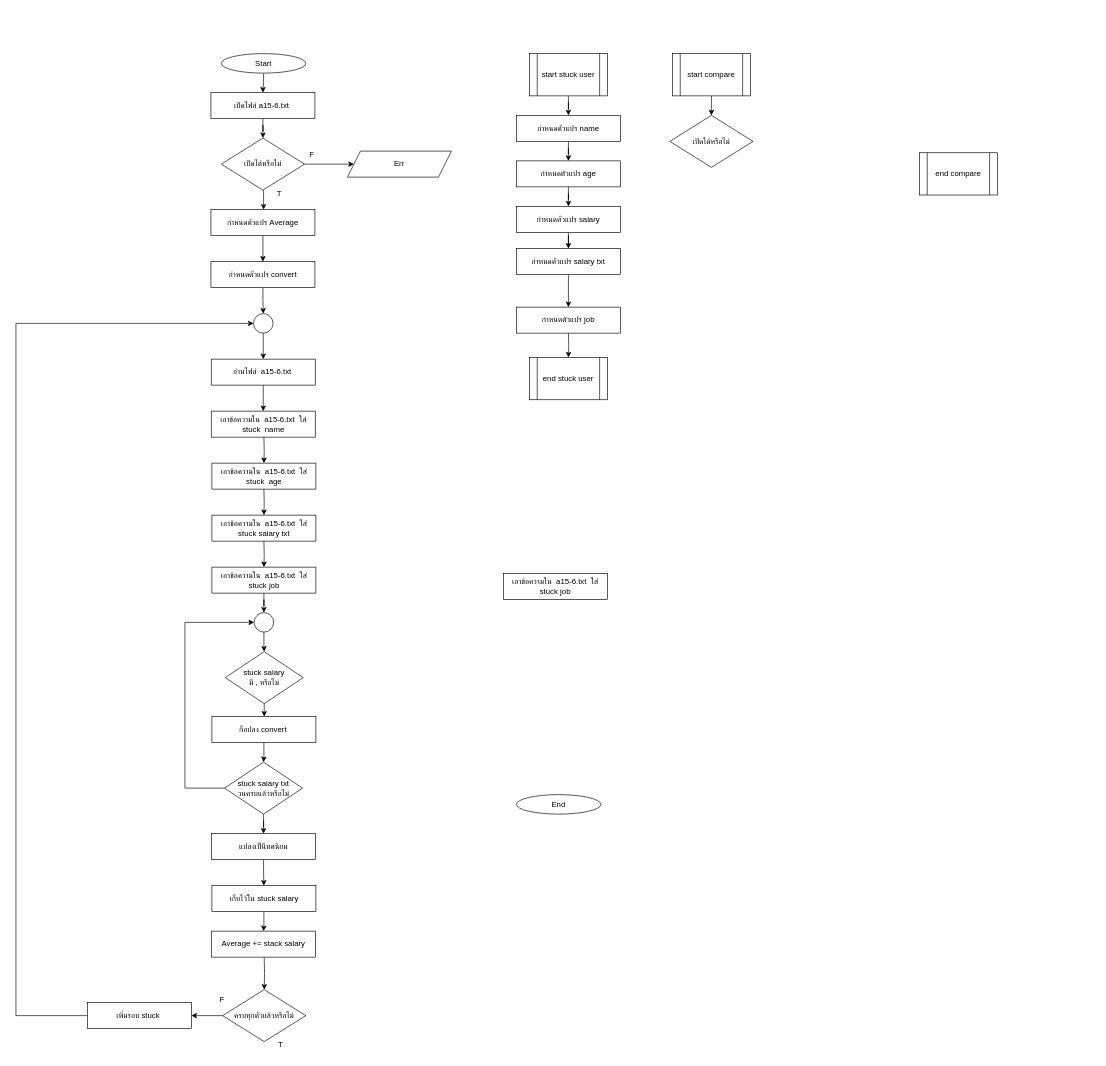
Earlier version of the draw.io diagram HW/HW15/hw15-6/hw15-6.drawio (aphiwat-window/ENGCE117). Source tidied: cells renumbered, new cells numbered last; positions are measured from the earlier drawing's top-left corner, leaving out a move shared by most shapes. Both pictures are drawn from the tidied source at 65%, with x=0, y=0 at pixel (16, 53).
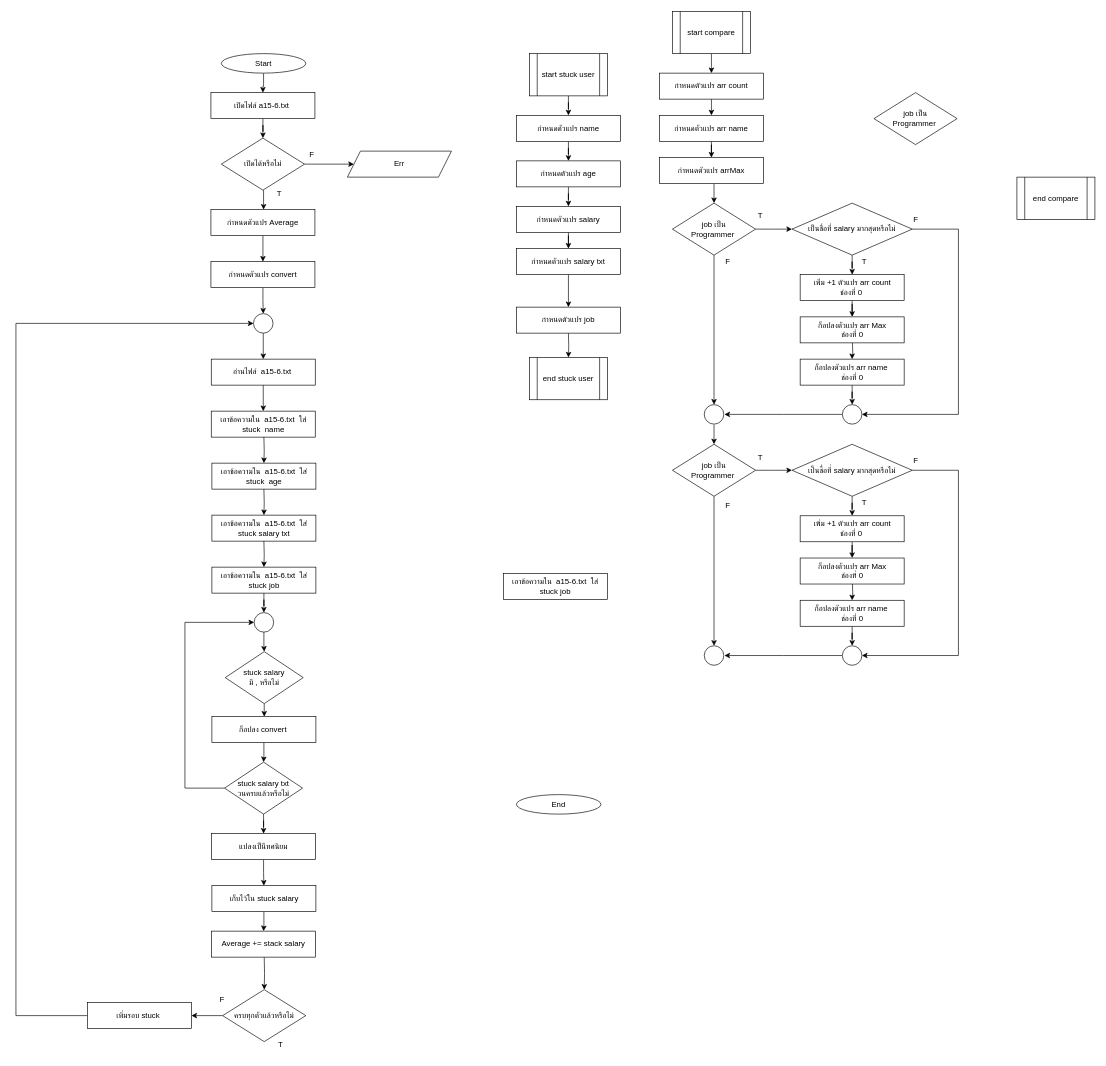
The same page after the edit.

What changed in the source:
```diff
@@
-    <mxCell id="38" style="edgeStyle=orthogonalEdgeStyle;rounded=0;jettySize=auto;html=1;" parent="1" edge="1" source="39">
+    <mxCell id="38" style="edgeStyle=orthogonalEdgeStyle;rounded=0;orthogonalLoop=1;jettySize=auto;html=1;" parent="1" edge="1">
       <mxGeometry relative="1" as="geometry">
-        <mxPoint x="1070" y="95" as="targetPoint" />
+        <mxPoint x="1074" y="200" as="sourcePoint" />
+        <mxPoint x="1074" y="230" as="targetPoint" />
       </mxGeometry>
     </mxCell>
+    <mxCell id="68" style="edgeStyle=orthogonalEdgeStyle;rounded=0;jettySize=auto;html=1;" parent="1" edge="1" source="39">
+      <mxGeometry relative="1" as="geometry">
+        <mxPoint x="1070" y="30" as="targetPoint" />
+      </mxGeometry>
+    </mxCell>
     <mxCell id="39" value="start compare" style="shape=process;whiteSpace=wrap;html=1;backgroundOutline=1;" parent="1" vertex="1">
-      <mxGeometry x="1010" width="120" height="65" as="geometry" />
+      <mxGeometry x="1010" y="-65" width="120" height="65" as="geometry" />
     </mxCell>
     <mxCell id="40" value="end compare" style="shape=process;whiteSpace=wrap;html=1;backgroundOutline=1;" parent="1" vertex="1">
-      <mxGeometry x="1390" y="152.5" width="120" height="65" as="geometry" />
+      <mxGeometry x="1540" y="190" width="120" height="65" as="geometry" />
     </mxCell>
@@
+    <mxCell id="69" style="edgeStyle=orthogonalEdgeStyle;rounded=0;jettySize=auto;html=1;" parent="1" edge="1" source="67">
+      <mxGeometry relative="1" as="geometry">
+        <mxPoint x="1194" y="270" as="targetPoint" />
+      </mxGeometry>
+    </mxCell>
+    <mxCell id="70" style="edgeStyle=orthogonalEdgeStyle;rounded=0;jettySize=auto;html=1;entryX=0.5;entryY=0;entryDx=0;entryDy=0;" parent="1" edge="1" source="67" target="81">
+      <mxGeometry relative="1" as="geometry" />
+    </mxCell>
-    <mxCell id="67" value="เปิดได้หรือไม่" style="rhombus;whiteSpace=wrap;html=1;" parent="1" vertex="1">
-      <mxGeometry x="1006" y="95" width="128" height="80" as="geometry" />
+    <mxCell id="67" value="job เป็น&lt;div&gt;Programmer&amp;nbsp;&lt;/div&gt;" style="rhombus;whiteSpace=wrap;html=1;" parent="1" vertex="1">
+      <mxGeometry x="1010" y="230" width="128" height="80" as="geometry" />
     </mxCell>
+    <mxCell id="71" value="job เป็น&lt;div&gt;Programmer&amp;nbsp;&lt;/div&gt;" style="rhombus;whiteSpace=wrap;html=1;" parent="1" vertex="1">
+      <mxGeometry x="1320" y="60" width="128" height="80" as="geometry" />
+    </mxCell>
+    <mxCell id="72" style="edgeStyle=orthogonalEdgeStyle;rounded=0;jettySize=auto;html=1;" parent="1" edge="1" source="74" target="78">
+      <mxGeometry relative="1" as="geometry" />
+    </mxCell>
+    <mxCell id="73" style="edgeStyle=orthogonalEdgeStyle;rounded=0;jettySize=auto;html=1;entryX=1;entryY=0.5;entryDx=0;entryDy=0;" parent="1" edge="1" source="74" target="88">
+      <mxGeometry relative="1" as="geometry">
+        <Array as="points">
+          <mxPoint x="1450" y="270" />
+          <mxPoint x="1450" y="555" />
+        </Array>
+      </mxGeometry>
+    </mxCell>
+    <mxCell id="74" value="เป็นชื่อที่ salary มากสุดหรือไม่" style="rhombus;whiteSpace=wrap;html=1;" parent="1" vertex="1">
+      <mxGeometry x="1194" y="230" width="185" height="80" as="geometry" />
+    </mxCell>
+    <mxCell id="75" style="edgeStyle=orthogonalEdgeStyle;rounded=0;jettySize=auto;html=1;" parent="1" edge="1" source="76" target="80">
+      <mxGeometry relative="1" as="geometry" />
+    </mxCell>
+    <mxCell id="76" value="กำหนดตัวแปร arr name" style="rounded=0;whiteSpace=wrap;html=1;" parent="1" vertex="1">
+      <mxGeometry x="990" y="95" width="160" height="40" as="geometry" />
+    </mxCell>
+    <mxCell id="77" style="edgeStyle=orthogonalEdgeStyle;rounded=0;jettySize=auto;html=1;" parent="1" edge="1" source="78" target="79">
+      <mxGeometry relative="1" as="geometry" />
+    </mxCell>
+    <mxCell id="78" value="เพิ่ม +1 ตัวแปร arr count&lt;div&gt;ช่องที่ 0&amp;nbsp;&lt;/div&gt;" style="rounded=0;whiteSpace=wrap;html=1;" parent="1" vertex="1">
+      <mxGeometry x="1206.5" y="340" width="160" height="40" as="geometry" />
+    </mxCell>
+    <mxCell id="79" value="ก็อปลงตัวแปร arr Max&lt;div&gt;ช่องที่ 0&lt;/div&gt;" style="rounded=0;whiteSpace=wrap;html=1;" parent="1" vertex="1">
+      <mxGeometry x="1206.5" y="405" width="160" height="40" as="geometry" />
+    </mxCell>
+    <mxCell id="80" value="กำหนดตัวแปร arrMax" style="rounded=0;whiteSpace=wrap;html=1;" parent="1" vertex="1">
+      <mxGeometry x="990" y="160" width="160" height="40" as="geometry" />
+    </mxCell>
+    <mxCell id="81" style="ellipse;whiteSpace=wrap;html=1;" parent="1" vertex="1">
+      <mxGeometry x="1059" y="540" width="30" height="30" as="geometry" />
+    </mxCell>
+    <mxCell id="82" style="edgeStyle=orthogonalEdgeStyle;rounded=0;jettySize=auto;html=1;" parent="1" edge="1" source="83">
+      <mxGeometry relative="1" as="geometry">
+        <mxPoint x="1070" y="95" as="targetPoint" />
+      </mxGeometry>
+    </mxCell>
+    <mxCell id="83" value="กำหนดตัวแปร arr count" style="rounded=0;whiteSpace=wrap;html=1;" parent="1" vertex="1">
+      <mxGeometry x="990" y="30" width="160" height="40" as="geometry" />
+    </mxCell>
+    <mxCell id="84" style="edgeStyle=orthogonalEdgeStyle;rounded=0;jettySize=auto;html=1;" parent="1" edge="1" target="86">
+      <mxGeometry relative="1" as="geometry">
+        <mxPoint x="1287" y="445" as="sourcePoint" />
+      </mxGeometry>
+    </mxCell>
+    <mxCell id="85" style="edgeStyle=orthogonalEdgeStyle;rounded=0;jettySize=auto;html=1;" parent="1" edge="1" source="86" target="88">
+      <mxGeometry relative="1" as="geometry" />
+    </mxCell>
+    <mxCell id="86" value="ก็อปลงตัวแปร arr name&amp;nbsp;&lt;div&gt;ช่องที่ 0&lt;/div&gt;" style="rounded=0;whiteSpace=wrap;html=1;" parent="1" vertex="1">
+      <mxGeometry x="1206.5" y="470" width="160" height="40" as="geometry" />
+    </mxCell>
+    <mxCell id="87" style="edgeStyle=orthogonalEdgeStyle;rounded=0;jettySize=auto;html=1;" parent="1" edge="1" source="88">
+      <mxGeometry relative="1" as="geometry">
+        <mxPoint x="1090" y="555" as="targetPoint" />
+      </mxGeometry>
+    </mxCell>
+    <mxCell id="88" style="ellipse;whiteSpace=wrap;html=1;" parent="1" vertex="1">
+      <mxGeometry x="1271.5" y="540" width="30" height="30" as="geometry" />
+    </mxCell>
+    <mxCell id="89" value="F" style="text;html=1;align=center;verticalAlign=middle;strokeColor=none;fillColor=none;" parent="1" vertex="1">
+      <mxGeometry x="1369" y="240" width="30" height="30" as="geometry" />
+    </mxCell>
+    <mxCell id="90" value="T" style="text;html=1;align=center;verticalAlign=middle;strokeColor=none;fillColor=none;" parent="1" vertex="1">
+      <mxGeometry x="1290" y="305" width="30" height="30" as="geometry" />
+    </mxCell>
+    <mxCell id="91" value="T" style="text;html=1;align=center;verticalAlign=middle;strokeColor=none;fillColor=none;" parent="1" vertex="1">
+      <mxGeometry x="1130" y="235" width="30" height="30" as="geometry" />
+    </mxCell>
+    <mxCell id="92" style="edgeStyle=orthogonalEdgeStyle;rounded=0;orthogonalLoop=1;jettySize=auto;html=1;" parent="1" edge="1">
+      <mxGeometry relative="1" as="geometry">
+        <mxPoint x="1074" y="571" as="sourcePoint" />
+        <mxPoint x="1074" y="601" as="targetPoint" />
+      </mxGeometry>
+    </mxCell>
+    <mxCell id="93" style="edgeStyle=orthogonalEdgeStyle;rounded=0;jettySize=auto;html=1;" parent="1" edge="1" source="95">
+      <mxGeometry relative="1" as="geometry">
+        <mxPoint x="1194" y="641" as="targetPoint" />
+      </mxGeometry>
+    </mxCell>
+    <mxCell id="94" style="edgeStyle=orthogonalEdgeStyle;rounded=0;jettySize=auto;html=1;entryX=0.5;entryY=0;entryDx=0;entryDy=0;" parent="1" edge="1" source="95" target="102">
+      <mxGeometry relative="1" as="geometry" />
+    </mxCell>
+    <mxCell id="95" value="job เป็น&lt;div&gt;Programmer&amp;nbsp;&lt;/div&gt;" style="rhombus;whiteSpace=wrap;html=1;" parent="1" vertex="1">
+      <mxGeometry x="1010" y="601" width="128" height="80" as="geometry" />
+    </mxCell>
+    <mxCell id="96" style="edgeStyle=orthogonalEdgeStyle;rounded=0;jettySize=auto;html=1;" parent="1" edge="1" source="98" target="100">
+      <mxGeometry relative="1" as="geometry" />
+    </mxCell>
+    <mxCell id="97" style="edgeStyle=orthogonalEdgeStyle;rounded=0;jettySize=auto;html=1;entryX=1;entryY=0.5;entryDx=0;entryDy=0;" parent="1" edge="1" source="98" target="107">
+      <mxGeometry relative="1" as="geometry">
+        <Array as="points">
+          <mxPoint x="1450" y="641" />
+          <mxPoint x="1450" y="926" />
+        </Array>
+      </mxGeometry>
+    </mxCell>
+    <mxCell id="98" value="เป็นชื่อที่ salary มากสุดหรือไม่" style="rhombus;whiteSpace=wrap;html=1;" parent="1" vertex="1">
+      <mxGeometry x="1194" y="601" width="185" height="80" as="geometry" />
+    </mxCell>
+    <mxCell id="99" style="edgeStyle=orthogonalEdgeStyle;rounded=0;jettySize=auto;html=1;" parent="1" edge="1" source="100" target="101">
+      <mxGeometry relative="1" as="geometry" />
+    </mxCell>
+    <mxCell id="100" value="เพิ่ม +1 ตัวแปร arr count&lt;div&gt;ช่องที่ 0&amp;nbsp;&lt;/div&gt;" style="rounded=0;whiteSpace=wrap;html=1;" parent="1" vertex="1">
+      <mxGeometry x="1206.5" y="711" width="160" height="40" as="geometry" />
+    </mxCell>
+    <mxCell id="101" value="ก็อปลงตัวแปร arr Max&lt;div&gt;ช่องที่ 0&lt;/div&gt;" style="rounded=0;whiteSpace=wrap;html=1;" parent="1" vertex="1">
+      <mxGeometry x="1206.5" y="776" width="160" height="40" as="geometry" />
+    </mxCell>
+    <mxCell id="102" style="ellipse;whiteSpace=wrap;html=1;" parent="1" vertex="1">
+      <mxGeometry x="1059" y="911" width="30" height="30" as="geometry" />
+    </mxCell>
+    <mxCell id="103" style="edgeStyle=orthogonalEdgeStyle;rounded=0;jettySize=auto;html=1;" parent="1" edge="1" target="105">
+      <mxGeometry relative="1" as="geometry">
+        <mxPoint x="1287" y="816" as="sourcePoint" />
+      </mxGeometry>
+    </mxCell>
+    <mxCell id="104" style="edgeStyle=orthogonalEdgeStyle;rounded=0;jettySize=auto;html=1;" parent="1" edge="1" source="105" target="107">
+      <mxGeometry relative="1" as="geometry" />
+    </mxCell>
+    <mxCell id="105" value="ก็อปลงตัวแปร arr name&amp;nbsp;&lt;div&gt;ช่องที่ 0&lt;/div&gt;" style="rounded=0;whiteSpace=wrap;html=1;" parent="1" vertex="1">
+      <mxGeometry x="1206.5" y="841" width="160" height="40" as="geometry" />
+    </mxCell>
+    <mxCell id="106" style="edgeStyle=orthogonalEdgeStyle;rounded=0;jettySize=auto;html=1;" parent="1" edge="1" source="107">
+      <mxGeometry relative="1" as="geometry">
+        <mxPoint x="1090" y="926" as="targetPoint" />
+      </mxGeometry>
+    </mxCell>
+    <mxCell id="107" style="ellipse;whiteSpace=wrap;html=1;" parent="1" vertex="1">
+      <mxGeometry x="1271.5" y="911" width="30" height="30" as="geometry" />
+    </mxCell>
+    <mxCell id="108" value="F" style="text;html=1;align=center;verticalAlign=middle;strokeColor=none;fillColor=none;" parent="1" vertex="1">
+      <mxGeometry x="1369" y="611" width="30" height="30" as="geometry" />
+    </mxCell>
+    <mxCell id="109" value="T" style="text;html=1;align=center;verticalAlign=middle;strokeColor=none;fillColor=none;" parent="1" vertex="1">
+      <mxGeometry x="1290" y="676" width="30" height="30" as="geometry" />
+    </mxCell>
+    <mxCell id="110" value="T" style="text;html=1;align=center;verticalAlign=middle;strokeColor=none;fillColor=none;" parent="1" vertex="1">
+      <mxGeometry x="1130" y="606" width="30" height="30" as="geometry" />
+    </mxCell>
+    <mxCell id="111" value="F" style="text;html=1;align=center;verticalAlign=middle;strokeColor=none;fillColor=none;" parent="1" vertex="1">
+      <mxGeometry x="1080" y="305" width="30" height="30" as="geometry" />
+    </mxCell>
+    <mxCell id="112" value="F" style="text;html=1;align=center;verticalAlign=middle;strokeColor=none;fillColor=none;" parent="1" vertex="1">
+      <mxGeometry x="1080" y="681" width="30" height="30" as="geometry" />
+    </mxCell>
```
